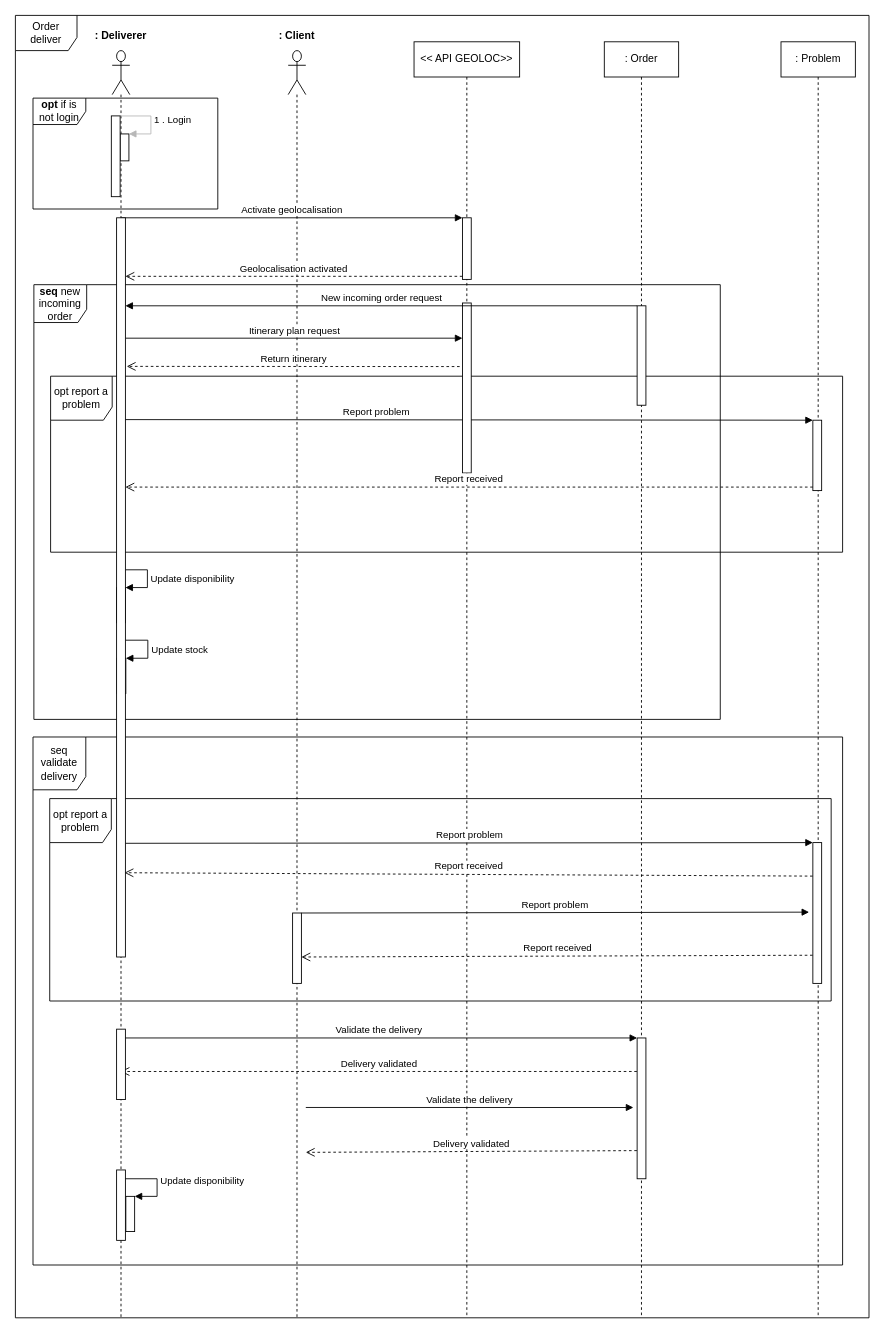
Above: page "Livraison d'une commande" (3 of 3) of Diagrammes de séquence.drawio in klaxurit/JuncaHugo_4_10122021 (draw.io), before the change. Source tidied: cells renumbered, new cells numbered last; positions are measured from the earlier drawing's top-left corner, leaving out a move shared by most shapes. Both pictures are drawn from the tidied source at 88%, with x=0, y=0 at pixel (15, 15).
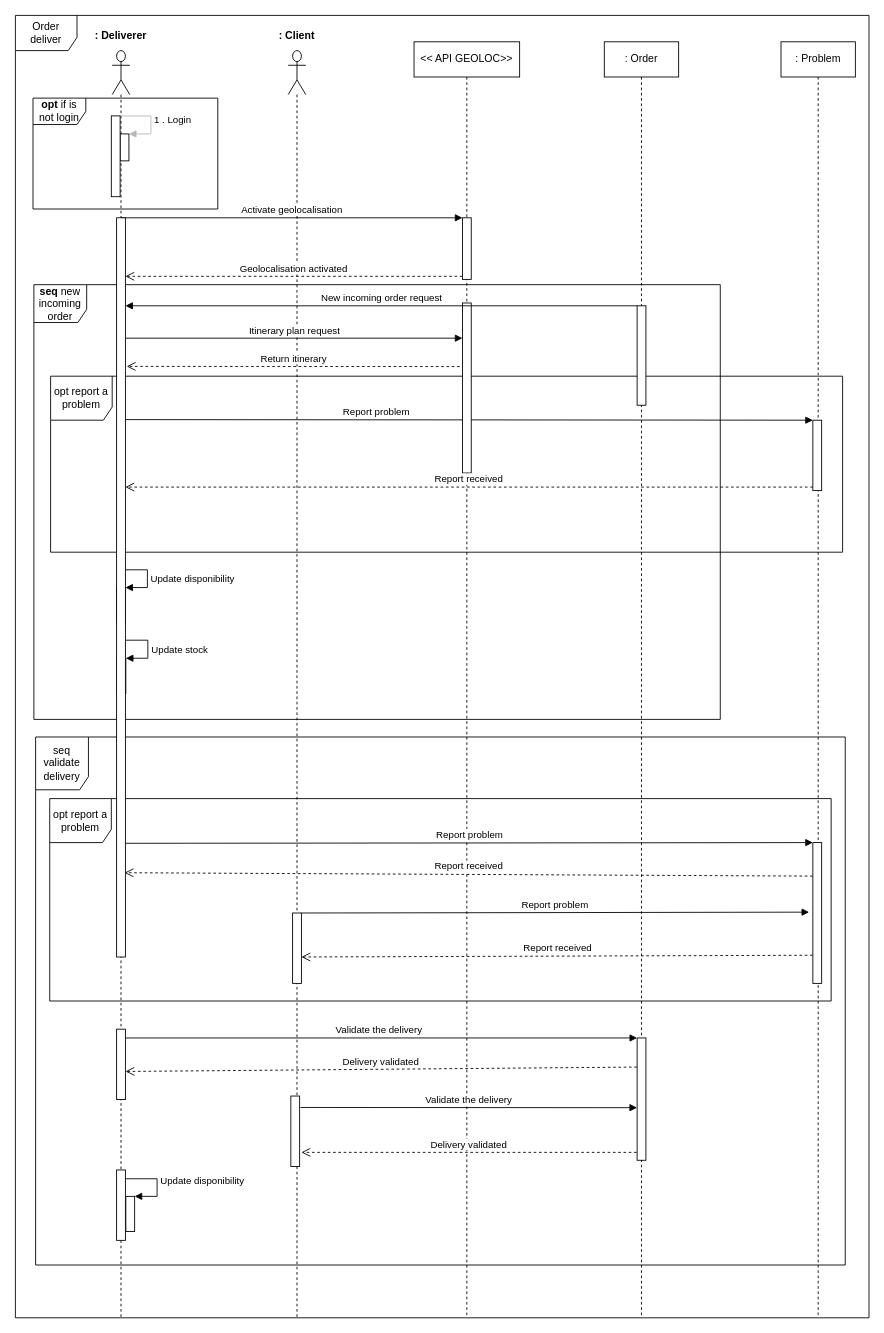
After the change.

The change refers to these unchanged cells:
```xml
<mxCell id="43" style="html=1;points=[];perimeter=orthogonalPerimeter;" parent="1" vertex="1">
  <mxGeometry x="115" y="1152" width="10" height="80" as="geometry" />
</mxCell>
```

Change to the diagram source:
```diff
@@
     <mxCell id="7" value="seq validate delivery" style="shape=umlFrame;whiteSpace=wrap;html=1;width=60;height=60;" parent="1" vertex="1">
-      <mxGeometry x="20" y="820" width="920" height="600" as="geometry" />
+      <mxGeometry x="23" y="820" width="920" height="600" as="geometry" />
     </mxCell>
@@
     <mxCell id="38" style="html=1;points=[];perimeter=orthogonalPerimeter;" parent="1" vertex="1">
-      <mxGeometry x="706.5" y="1162" width="10" height="160" as="geometry" />
+      <mxGeometry x="706.5" y="1162" width="10" height="139" as="geometry" />
     </mxCell>
@@
-    <mxCell id="40" value="Delivery validated" style="html=1;verticalAlign=bottom;endArrow=open;dashed=1;endSize=8;exitX=-0.024;exitY=0.238;rounded=0;exitDx=0;exitDy=0;exitPerimeter=0;" parent="1" edge="1" source="38">
-      <mxGeometry relative="1" as="geometry">
-        <mxPoint x="119.5" y="1200.1" as="targetPoint" />
-      </mxGeometry>
+    <mxCell id="40" value="Delivery validated" style="html=1;verticalAlign=bottom;endArrow=open;dashed=1;endSize=8;exitX=-0.024;exitY=0.238;rounded=0;exitDx=0;exitDy=0;exitPerimeter=0;entryX=1.011;entryY=0.601;entryDx=0;entryDy=0;entryPerimeter=0;" parent="1" edge="1" source="38" target="43">
+      <mxGeometry relative="1" as="geometry" />
     </mxCell>
-    <mxCell id="41" value="Validate the delivery" style="html=1;verticalAlign=bottom;endArrow=block;rounded=0;entryX=-0.424;entryY=0.494;entryDx=0;entryDy=0;entryPerimeter=0;" parent="1" edge="1" target="38">
+    <mxCell id="41" value="Validate the delivery" style="html=1;verticalAlign=bottom;endArrow=block;rounded=0;entryX=-0.01;entryY=0.57;entryDx=0;entryDy=0;entryPerimeter=0;" parent="1" edge="1" target="38">
       <mxGeometry relative="1" as="geometry">
-        <mxPoint x="330" y="1241" as="sourcePoint" />
+        <mxPoint x="324" y="1241" as="sourcePoint" />
       </mxGeometry>
     </mxCell>
-    <mxCell id="42" value="Delivery validated" style="html=1;verticalAlign=bottom;endArrow=open;dashed=1;endSize=8;rounded=0;exitX=-0.024;exitY=0.8;exitDx=0;exitDy=0;exitPerimeter=0;" parent="1" edge="1" source="38">
+    <mxCell id="42" value="Delivery validated" style="html=1;verticalAlign=bottom;endArrow=open;dashed=1;endSize=8;rounded=0;" parent="1" edge="1">
       <mxGeometry relative="1" as="geometry">
-        <mxPoint x="330" y="1292" as="targetPoint" />
+        <mxPoint x="706" y="1292" as="sourcePoint" />
+        <mxPoint x="325" y="1292" as="targetPoint" />
       </mxGeometry>
     </mxCell>
@@
+    <mxCell id="49" style="html=1;perimeter=orthogonalPerimeter;" parent="1" vertex="1">
+      <mxGeometry x="313" y="1228" width="10" height="80" as="geometry" />
+    </mxCell>
```
